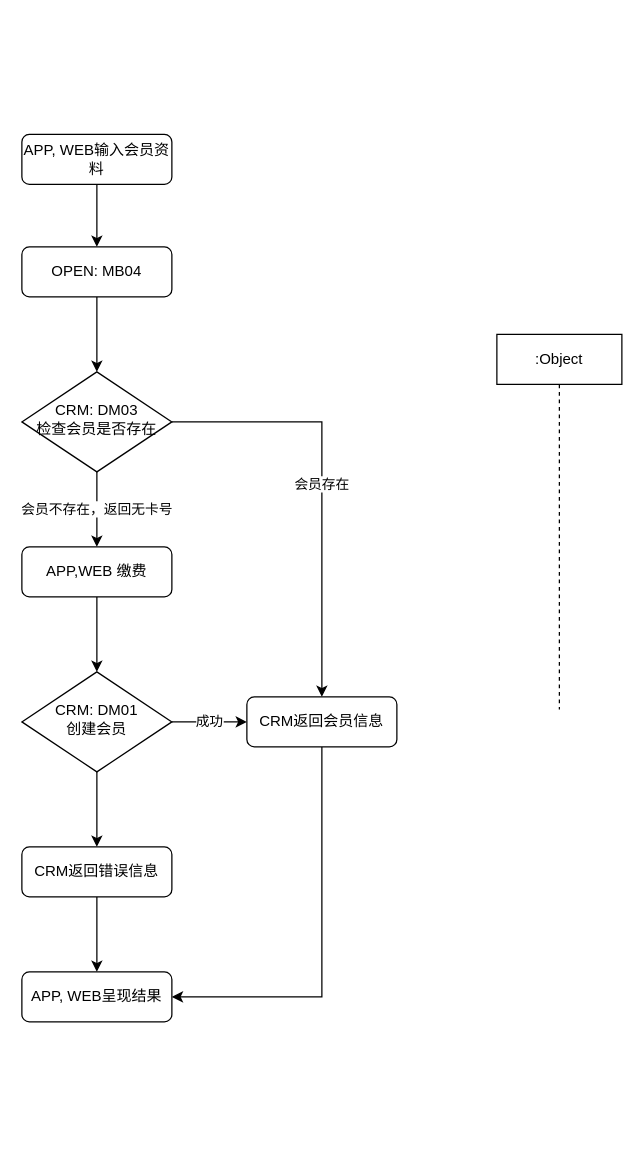
This is page "会员注册(DM发起)" (1 of 5) of DM会员注册.drawio from luss613/draw.io, a draw.io file, before an edit. Source tidied: cells renumbered, new cells numbered last; positions are measured from the earlier drawing's top-left corner, leaving out a move shared by most shapes. Both pictures are drawn from the tidied source at 125%, with x=0, y=0 at pixel (21, 134).
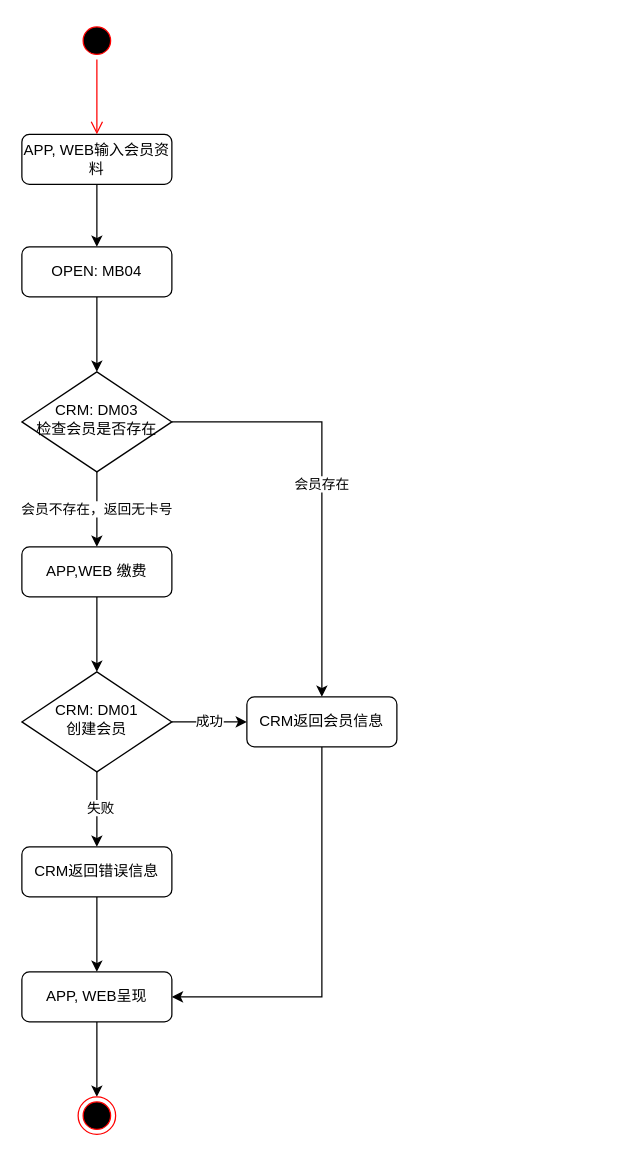
After the change.

Unchanged cells that the change refers to:
```xml
<mxCell id="12" style="edgeStyle=orthogonalEdgeStyle;rounded=0;jettySize=auto;html=1;" parent="1" edge="1" source="13" target="17">
  <mxGeometry relative="1" as="geometry" />
</mxCell>
```

Change to the diagram source:
```diff
@@
+    <mxCell id="20" value="失败" style="edgeLabel;html=1;align=center;verticalAlign=middle;" parent="12" vertex="1">
+      <mxGeometry x="-0.06" y="2" relative="1" as="geometry" />
+    </mxCell>
@@
+    <mxCell id="21" style="edgeStyle=orthogonalEdgeStyle;rounded=0;jettySize=auto;html=1;" parent="1" edge="1" source="18" target="24">
+      <mxGeometry relative="1" as="geometry" />
+    </mxCell>
-    <mxCell id="18" value="APP, WEB呈现结果" style="rounded=1;whiteSpace=wrap;html=1;" parent="1" vertex="1">
+    <mxCell id="18" value="APP, WEB呈现" style="rounded=1;whiteSpace=wrap;html=1;" parent="1" vertex="1">
       <mxGeometry y="670" width="120" height="40" as="geometry" />
     </mxCell>
-    <mxCell id="19" value=":Object" style="shape=umlLifeline;perimeter=lifelinePerimeter;whiteSpace=wrap;html=1;" parent="1" vertex="1">
-      <mxGeometry x="380" y="160" width="100" height="300" as="geometry" />
-    </mxCell>
+    <mxCell id="22" style="ellipse;html=1;shape=startState;fillColor=#000000;strokeColor=#ff0000;" parent="1" vertex="1">
+      <mxGeometry x="45" y="-90" width="30" height="30" as="geometry" />
+    </mxCell>
+    <mxCell id="23" style="edgeStyle=orthogonalEdgeStyle;html=1;verticalAlign=bottom;endArrow=open;endSize=8;strokeColor=#ff0000;" parent="1" edge="1" source="22">
+      <mxGeometry relative="1" as="geometry">
+        <mxPoint x="60" as="targetPoint" />
+      </mxGeometry>
+    </mxCell>
+    <mxCell id="24" style="ellipse;html=1;shape=endState;fillColor=#000000;strokeColor=#ff0000;" parent="1" vertex="1">
+      <mxGeometry x="45" y="770" width="30" height="30" as="geometry" />
+    </mxCell>
```
